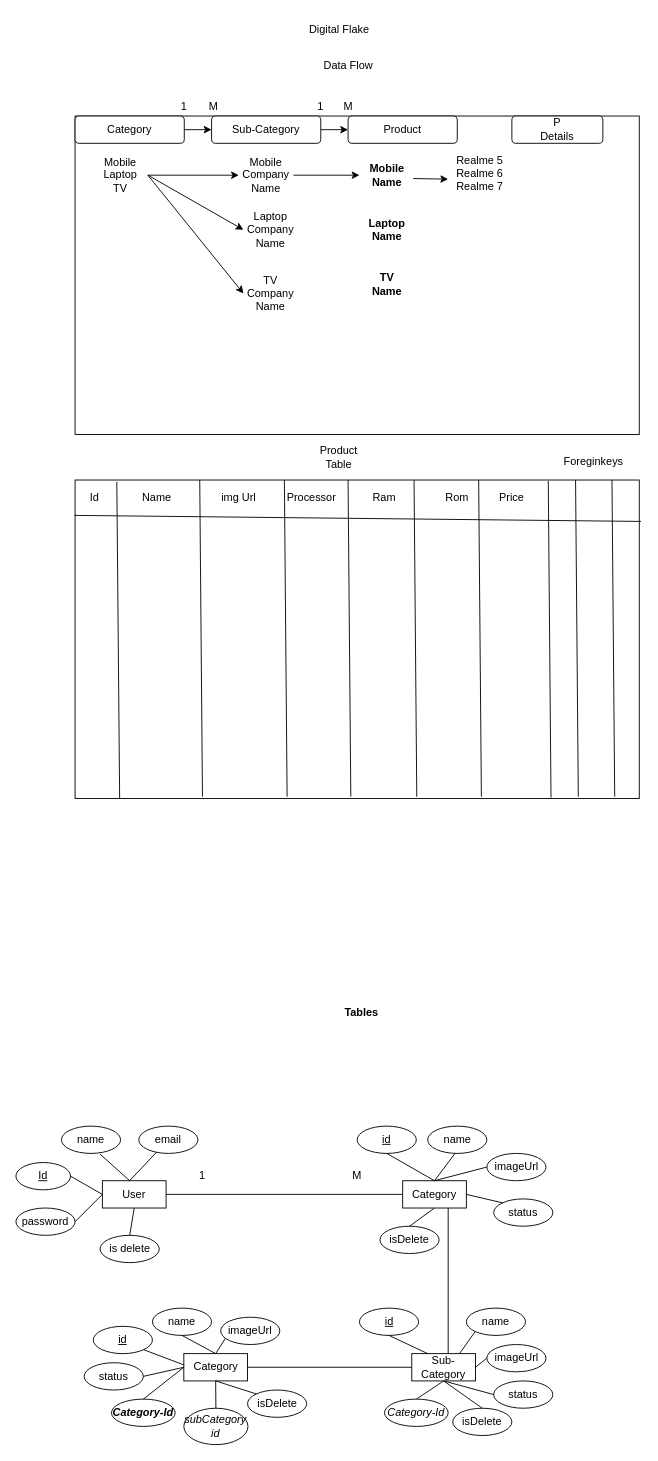
Before: Untitled Diagram.drawio in maheshpawar3819/Project-Drawings, a draw.io diagram. Source tidied: cells renumbered, new cells numbered last; positions are measured from the earlier drawing's top-left corner, leaving out a move shared by most shapes. Both pictures are drawn from the tidied source at 91%, with x=0, y=0 at pixel (15, 15).
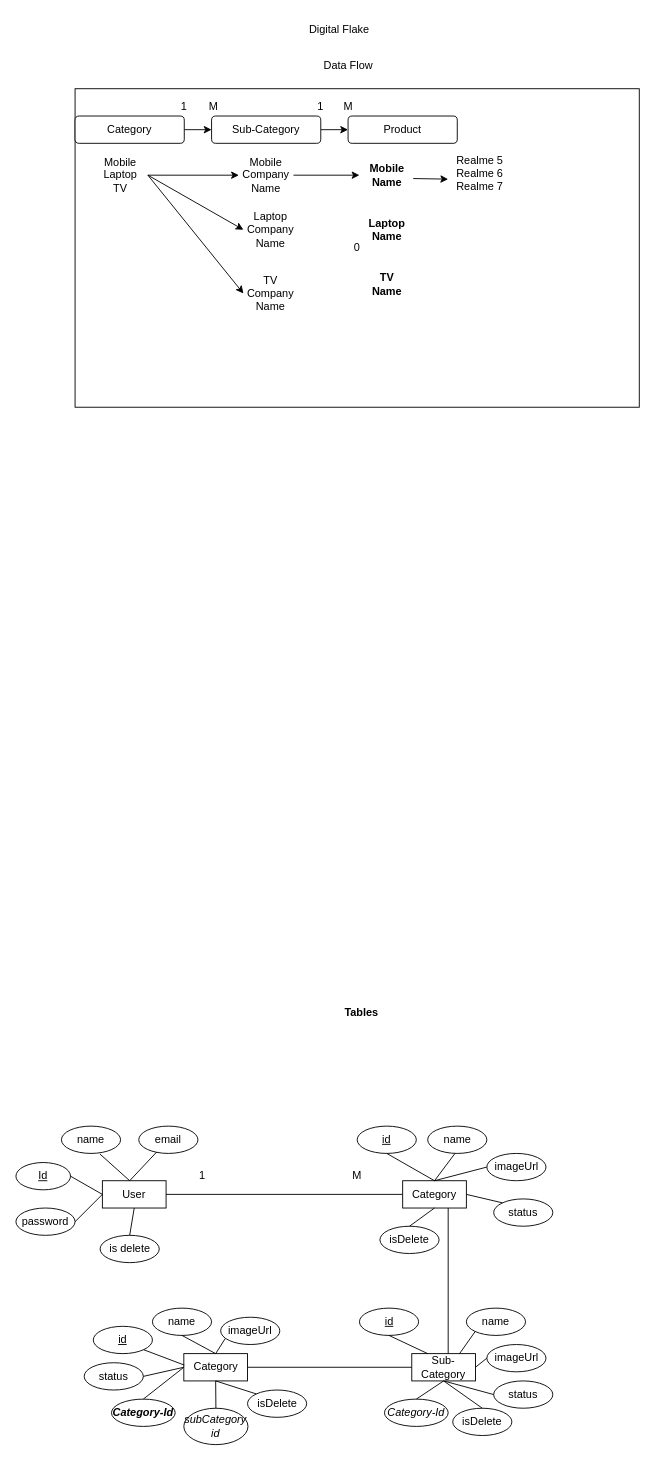
Above is the later version.

Diff of the diagram source:
```diff
@@
-    <mxCell id="3" style="rounded=0;whiteSpace=wrap;html=1;" parent="1" vertex="1">
-      <mxGeometry x="65" y="110" width="620" height="350" as="geometry" />
+    <mxCell id="3" value="0" style="rounded=0;whiteSpace=wrap;html=1;" parent="1" vertex="1">
+      <mxGeometry x="65" y="80" width="620" height="350" as="geometry" />
     </mxCell>
@@
-    <mxCell id="10" value="P&lt;div&gt;Details&lt;/div&gt;" style="rounded=1;whiteSpace=wrap;html=1;" parent="1" vertex="1">
-      <mxGeometry x="545" y="110" width="100" height="30" as="geometry" />
-    </mxCell>
@@
-    <mxCell id="28" value="Product Table" style="text;html=1;align=center;verticalAlign=middle;whiteSpace=wrap;rounded=0;" parent="1" vertex="1">
-      <mxGeometry x="325" y="470" width="60" height="30" as="geometry" />
-    </mxCell>
-    <mxCell id="29" style="rounded=0;whiteSpace=wrap;html=1;" parent="1" vertex="1">
-      <mxGeometry x="65" y="510" width="620" height="350" as="geometry" />
-    </mxCell>
-    <mxCell id="30" style="endArrow=none;html=1;rounded=0;entryX=0.074;entryY=0.006;entryDx=0;entryDy=0;entryPerimeter=0;exitX=0.079;exitY=0.999;exitDx=0;exitDy=0;exitPerimeter=0;" parent="1" edge="1" source="29" target="29">
-      <mxGeometry relative="1" as="geometry" />
-    </mxCell>
-    <mxCell id="31" style="endArrow=none;html=1;rounded=0;exitX=-0.001;exitY=0.111;exitDx=0;exitDy=0;exitPerimeter=0;entryX=1.003;entryY=0.13;entryDx=0;entryDy=0;entryPerimeter=0;" parent="1" edge="1" source="29" target="29">
-      <mxGeometry relative="1" as="geometry" />
-    </mxCell>
-    <mxCell id="32" style="endArrow=none;html=1;rounded=0;entryX=0.074;entryY=0.006;entryDx=0;entryDy=0;entryPerimeter=0;exitX=0.079;exitY=0.999;exitDx=0;exitDy=0;exitPerimeter=0;" parent="1" edge="1">
-      <mxGeometry relative="1" as="geometry">
-        <mxPoint x="205" y="858" as="sourcePoint" />
-        <mxPoint x="202" y="510" as="targetPoint" />
-      </mxGeometry>
-    </mxCell>
-    <mxCell id="33" style="endArrow=none;html=1;rounded=0;entryX=0.074;entryY=0.006;entryDx=0;entryDy=0;entryPerimeter=0;exitX=0.079;exitY=0.999;exitDx=0;exitDy=0;exitPerimeter=0;" parent="1" edge="1">
-      <mxGeometry relative="1" as="geometry">
-        <mxPoint x="298" y="858" as="sourcePoint" />
-        <mxPoint x="295" y="510" as="targetPoint" />
-      </mxGeometry>
-    </mxCell>
-    <mxCell id="34" style="endArrow=none;html=1;rounded=0;entryX=0.074;entryY=0.006;entryDx=0;entryDy=0;entryPerimeter=0;exitX=0.079;exitY=0.999;exitDx=0;exitDy=0;exitPerimeter=0;" parent="1" edge="1">
-      <mxGeometry relative="1" as="geometry">
-        <mxPoint x="368" y="858" as="sourcePoint" />
-        <mxPoint x="365" y="510" as="targetPoint" />
-      </mxGeometry>
-    </mxCell>
-    <mxCell id="35" style="endArrow=none;html=1;rounded=0;entryX=0.074;entryY=0.006;entryDx=0;entryDy=0;entryPerimeter=0;exitX=0.079;exitY=0.999;exitDx=0;exitDy=0;exitPerimeter=0;" parent="1" edge="1">
-      <mxGeometry relative="1" as="geometry">
-        <mxPoint x="440.5" y="858" as="sourcePoint" />
-        <mxPoint x="437.5" y="510" as="targetPoint" />
-      </mxGeometry>
-    </mxCell>
-    <mxCell id="36" style="endArrow=none;html=1;rounded=0;entryX=0.074;entryY=0.006;entryDx=0;entryDy=0;entryPerimeter=0;exitX=0.079;exitY=0.999;exitDx=0;exitDy=0;exitPerimeter=0;" parent="1" edge="1">
-      <mxGeometry relative="1" as="geometry">
-        <mxPoint x="511.5" y="858" as="sourcePoint" />
-        <mxPoint x="508.5" y="510" as="targetPoint" />
-      </mxGeometry>
-    </mxCell>
-    <mxCell id="37" style="endArrow=none;html=1;rounded=0;entryX=0.074;entryY=0.006;entryDx=0;entryDy=0;entryPerimeter=0;exitX=0.079;exitY=0.999;exitDx=0;exitDy=0;exitPerimeter=0;" parent="1" edge="1">
-      <mxGeometry relative="1" as="geometry">
-        <mxPoint x="588" y="859" as="sourcePoint" />
-        <mxPoint x="585" y="511" as="targetPoint" />
-      </mxGeometry>
-    </mxCell>
-    <mxCell id="38" style="endArrow=none;html=1;rounded=0;entryX=0.074;entryY=0.006;entryDx=0;entryDy=0;entryPerimeter=0;exitX=0.079;exitY=0.999;exitDx=0;exitDy=0;exitPerimeter=0;" parent="1" edge="1">
-      <mxGeometry relative="1" as="geometry">
-        <mxPoint x="618" y="858" as="sourcePoint" />
-        <mxPoint x="615" y="510" as="targetPoint" />
-      </mxGeometry>
-    </mxCell>
-    <mxCell id="39" style="endArrow=none;html=1;rounded=0;entryX=0.074;entryY=0.006;entryDx=0;entryDy=0;entryPerimeter=0;exitX=0.079;exitY=0.999;exitDx=0;exitDy=0;exitPerimeter=0;" parent="1" edge="1">
-      <mxGeometry relative="1" as="geometry">
-        <mxPoint x="658" y="858" as="sourcePoint" />
-        <mxPoint x="655" y="510" as="targetPoint" />
-      </mxGeometry>
-    </mxCell>
-    <mxCell id="40" value="Id&lt;span style=&quot;white-space: pre;&quot;&gt;&#9;&lt;/span&gt;" style="text;html=1;align=center;verticalAlign=middle;whiteSpace=wrap;rounded=0;" parent="1" vertex="1">
-      <mxGeometry x="75" y="520" width="40" height="20" as="geometry" />
-    </mxCell>
-    <mxCell id="41" value="Name" style="text;html=1;align=center;verticalAlign=middle;whiteSpace=wrap;rounded=0;" parent="1" vertex="1">
-      <mxGeometry x="135" y="520" width="40" height="20" as="geometry" />
-    </mxCell>
-    <mxCell id="42" value="img Url" style="text;html=1;align=center;verticalAlign=middle;whiteSpace=wrap;rounded=0;" parent="1" vertex="1">
-      <mxGeometry x="225" y="520" width="40" height="20" as="geometry" />
-    </mxCell>
-    <mxCell id="43" value="Processor" style="text;html=1;align=center;verticalAlign=middle;whiteSpace=wrap;rounded=0;" parent="1" vertex="1">
-      <mxGeometry x="305" y="520" width="40" height="20" as="geometry" />
-    </mxCell>
-    <mxCell id="44" value="Ram" style="text;html=1;align=center;verticalAlign=middle;whiteSpace=wrap;rounded=0;" parent="1" vertex="1">
-      <mxGeometry x="385" y="520" width="40" height="20" as="geometry" />
-    </mxCell>
-    <mxCell id="45" value="Price" style="text;html=1;align=center;verticalAlign=middle;whiteSpace=wrap;rounded=0;" parent="1" vertex="1">
-      <mxGeometry x="525" y="520" width="40" height="20" as="geometry" />
-    </mxCell>
-    <mxCell id="46" value="Rom" style="text;html=1;align=center;verticalAlign=middle;whiteSpace=wrap;rounded=0;" parent="1" vertex="1">
-      <mxGeometry x="465" y="520" width="40" height="20" as="geometry" />
-    </mxCell>
-    <mxCell id="47" value="Foreginkeys" style="text;html=1;align=center;verticalAlign=middle;whiteSpace=wrap;rounded=0;" parent="1" vertex="1">
-      <mxGeometry x="615" y="480" width="40" height="20" as="geometry" />
-    </mxCell>
```
